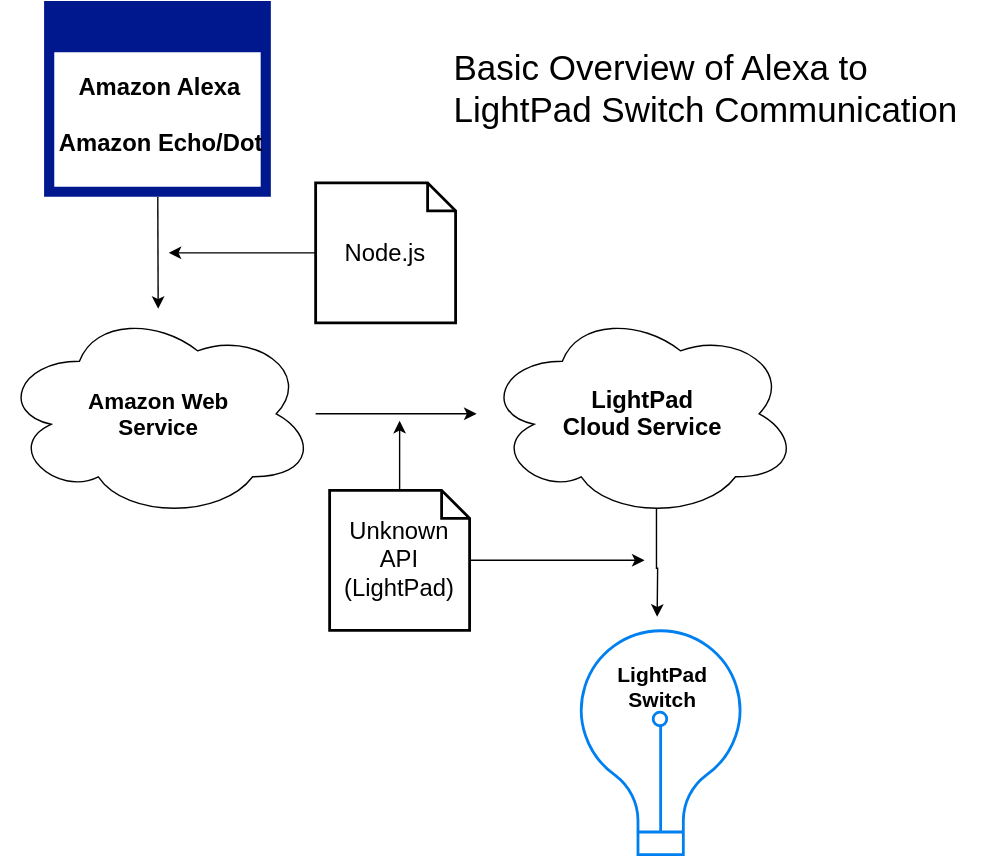
Above: Diagram.svg in bllavigne/Team-LightPad (draw.io), before the change. Source tidied: cells renumbered, new cells last; positions are measured from the earlier drawing's top-left corner, leaving out a move shared by most shapes. The source it was exported from:
```xml
<mxGraphModel>
  <root>
    <mxCell id="0" />
    <mxCell id="1" parent="0" />
    <mxCell id="2" value="&lt;b&gt;&lt;font style=&quot;font-size: 16px&quot;&gt;Amazon Web&lt;br&gt;Service&lt;br&gt;&lt;/font&gt;&lt;/b&gt;" style="ellipse;shape=cloud;whiteSpace=wrap;html=1;" parent="1" vertex="1">
      <mxGeometry y="220" width="225" height="150" as="geometry" />
    </mxCell>
    <mxCell id="3" style="shadow=0;dashed=0;html=1;strokeColor=none;shape=mxgraph.mscae.enterprise.application_blank;fillColor=#00188D;" parent="1" vertex="1">
      <mxGeometry x="31" width="162" height="140" as="geometry" />
    </mxCell>
    <mxCell id="4" value="&lt;div align=&quot;center&quot;&gt;&lt;div align=&quot;right&quot;&gt;&lt;font style=&quot;font-size: 17px&quot;&gt;&lt;b&gt;Amazon Alexa&lt;/b&gt;&lt;/font&gt;&lt;br&gt;&lt;/div&gt;&lt;font style=&quot;font-size: 17px&quot;&gt;&lt;b&gt;&lt;br&gt;&lt;/b&gt;&lt;/font&gt;&lt;/div&gt;" style="text;html=1;align=center;verticalAlign=top;spacingTop=-4;" parent="1" vertex="1">
      <mxGeometry x="48" y="50" width="130" height="30" as="geometry" />
    </mxCell>
    <mxCell id="5" value="&lt;b&gt;&lt;font style=&quot;font-size: 17px&quot;&gt;LightPad&lt;br&gt;Cloud Service&lt;br&gt;&lt;/font&gt;&lt;/b&gt;" style="ellipse;shape=cloud;whiteSpace=wrap;html=1;" parent="1" vertex="1">
      <mxGeometry x="345" y="220" width="225" height="150" as="geometry" />
    </mxCell>
    <mxCell id="6" style="html=1;verticalLabelPosition=bottom;labelBackgroundColor=#ffffff;verticalAlign=top;strokeWidth=2;strokeColor=#0080F0;fillColor=#ffffff;shadow=0;dashed=0;shape=mxgraph.ios7.icons.lightbulb;" parent="1" vertex="1">
      <mxGeometry x="410" y="450" width="123" height="160" as="geometry" />
    </mxCell>
    <mxCell id="7" value="&lt;div align=&quot;center&quot;&gt;&lt;font style=&quot;font-size: 15px&quot;&gt;&lt;b&gt;LightPad&lt;br&gt;Switch&lt;br&gt;&lt;/b&gt;&lt;/font&gt;&lt;/div&gt;" style="text;html=1;align=center;verticalAlign=top;spacingTop=-4;" parent="1" vertex="1">
      <mxGeometry x="432" y="470" width="80" height="30" as="geometry" />
    </mxCell>
    <mxCell id="8" style="edgeStyle=orthogonalEdgeStyle;rounded=0;html=1;exitX=0.55;exitY=0.95;exitPerimeter=0;jettySize=auto;" parent="1" edge="1" source="5">
      <mxGeometry relative="1" as="geometry">
        <mxPoint x="469" y="440" as="targetPoint" />
      </mxGeometry>
    </mxCell>
    <mxCell id="9" value="&lt;div align=&quot;center&quot;&gt;&lt;div align=&quot;right&quot;&gt;&lt;font style=&quot;font-size: 17px&quot;&gt;&lt;b&gt;Amazon Echo/Dot&lt;/b&gt;&lt;/font&gt;&lt;br&gt;&lt;/div&gt;&lt;font style=&quot;font-size: 17px&quot;&gt;&lt;b&gt;&lt;br&gt;&lt;/b&gt;&lt;/font&gt;&lt;/div&gt;" style="text;html=1;align=center;verticalAlign=top;spacingTop=-4;" parent="1" vertex="1">
      <mxGeometry x="33" y="90" width="160" height="30" as="geometry" />
    </mxCell>
    <mxCell id="10" style="edgeStyle=orthogonalEdgeStyle;rounded=0;html=1;jettySize=auto;" parent="1" edge="1" source="2">
      <mxGeometry relative="1" as="geometry">
        <mxPoint x="340" y="295" as="targetPoint" />
      </mxGeometry>
    </mxCell>
    <mxCell id="11" value="&lt;font style=&quot;font-size: 25px&quot; face=&quot;Helvetica&quot;&gt;Basic Overview of Alexa to &lt;br&gt;LightPad Switch Communication&lt;br&gt;&lt;/font&gt;" style="text;html=1;align=left;verticalAlign=top;spacingTop=-4;" parent="1" vertex="1">
      <mxGeometry x="322" y="30" width="380" height="40" as="geometry" />
    </mxCell>
    <mxCell id="12" style="rounded=0;html=1;jettySize=auto;" parent="1" edge="1" source="3" target="2">
      <mxGeometry relative="1" as="geometry" />
    </mxCell>
    <mxCell id="13" value="Node.js" style="shape=note;strokeWidth=2;fontSize=17;size=20;whiteSpace=wrap;html=1;align=center;" parent="1" vertex="1">
      <mxGeometry x="225" y="130" width="100" height="100" as="geometry" />
    </mxCell>
    <mxCell id="14" style="edgeStyle=none;rounded=0;html=1;jettySize=auto;horizontal=1;" parent="1" edge="1" source="13">
      <mxGeometry relative="1" as="geometry">
        <mxPoint x="120" y="180" as="targetPoint" />
      </mxGeometry>
    </mxCell>
    <mxCell id="15" value="Unknown API&lt;br&gt;(LightPad)&lt;br&gt;" style="shape=note;strokeWidth=2;fontSize=17;size=20;whiteSpace=wrap;html=1;align=center;" parent="1" vertex="1">
      <mxGeometry x="235" y="349.7" width="100" height="100" as="geometry" />
    </mxCell>
    <mxCell id="16" style="edgeStyle=none;rounded=0;html=1;jettySize=auto;" parent="1" edge="1" source="15">
      <mxGeometry relative="1" as="geometry">
        <mxPoint x="285" y="300" as="targetPoint" />
      </mxGeometry>
    </mxCell>
    <mxCell id="17" style="edgeStyle=none;rounded=0;html=1;jettySize=auto;" parent="1" edge="1" source="15">
      <mxGeometry relative="1" as="geometry">
        <mxPoint x="460" y="399.7" as="targetPoint" />
      </mxGeometry>
    </mxCell>
  </root>
</mxGraphModel>
```
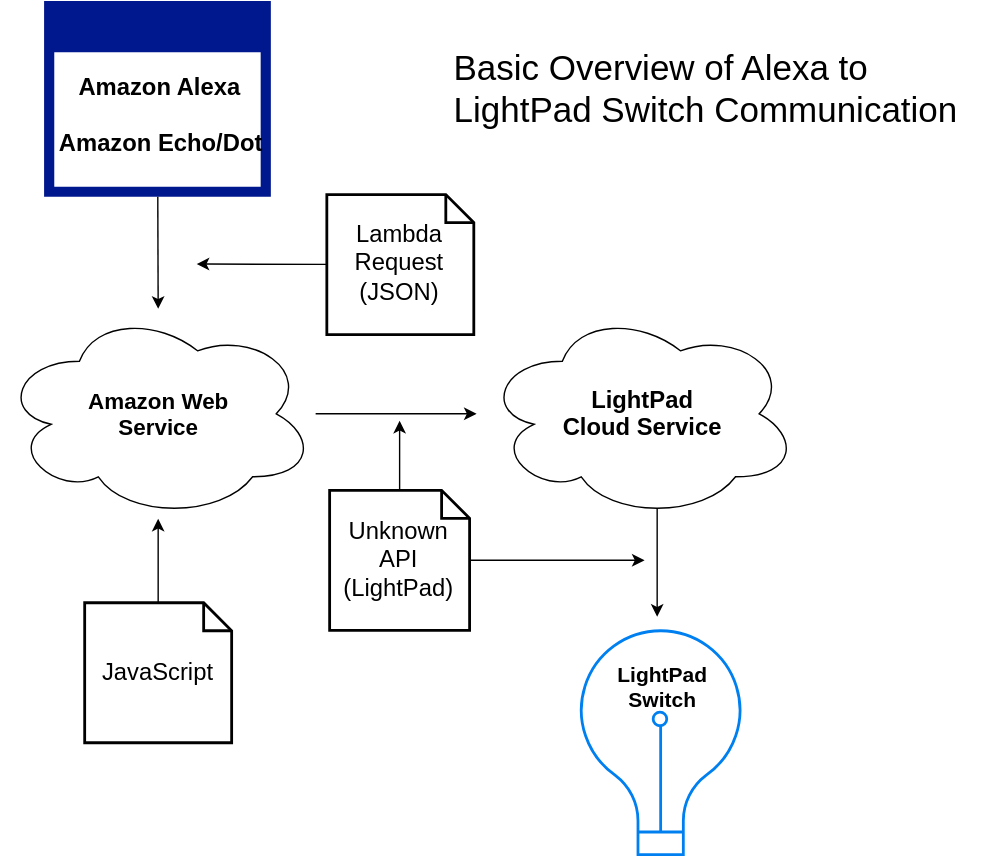
Above is the later version.

Diff of the diagram source:
```diff
@@ -39,14 +39,12 @@
     <mxCell id="12" style="rounded=0;html=1;jettySize=auto;" parent="1" edge="1" source="3" target="2">
       <mxGeometry relative="1" as="geometry" />
     </mxCell>
+    <mxCell id="18" style="edgeStyle=none;rounded=0;html=1;jettySize=auto;" parent="1" edge="1" source="13" target="2">
+      <mxGeometry relative="1" as="geometry" />
+    </mxCell>
-    <mxCell id="13" value="Node.js" style="shape=note;strokeWidth=2;fontSize=17;size=20;whiteSpace=wrap;html=1;align=center;" parent="1" vertex="1">
-      <mxGeometry x="225" y="130" width="100" height="100" as="geometry" />
+    <mxCell id="13" value="JavaScript" style="shape=note;strokeWidth=2;fontSize=17;size=20;whiteSpace=wrap;html=1;align=center;" parent="1" vertex="1">
+      <mxGeometry x="60" y="430" width="105" height="100" as="geometry" />
     </mxCell>
-    <mxCell id="14" style="edgeStyle=none;rounded=0;html=1;jettySize=auto;horizontal=1;" parent="1" edge="1" source="13">
-      <mxGeometry relative="1" as="geometry">
-        <mxPoint x="120" y="180" as="targetPoint" />
-      </mxGeometry>
-    </mxCell>
     <mxCell id="15" value="Unknown API&lt;br&gt;(LightPad)&lt;br&gt;" style="shape=note;strokeWidth=2;fontSize=17;size=20;whiteSpace=wrap;html=1;align=center;" parent="1" vertex="1">
       <mxGeometry x="235" y="349.7" width="100" height="100" as="geometry" />
     </mxCell>
@@ -60,5 +58,16 @@
         <mxPoint x="460" y="399.7" as="targetPoint" />
       </mxGeometry>
     </mxCell>
+    <mxCell id="19" style="edgeStyle=none;rounded=0;html=1;exitX=1;exitY=0.5;jettySize=auto;orthogonalLoop=1;" parent="1" edge="1" source="13" target="13">
+      <mxGeometry relative="1" as="geometry" />
+    </mxCell>
+    <mxCell id="20" style="edgeStyle=none;rounded=0;html=1;jettySize=auto;" parent="1" edge="1" source="21">
+      <mxGeometry relative="1" as="geometry">
+        <mxPoint x="140" y="188" as="targetPoint" />
+      </mxGeometry>
+    </mxCell>
+    <mxCell id="21" value="Lambda Request&lt;br&gt;(JSON)&lt;br&gt;" style="shape=note;strokeWidth=2;fontSize=17;size=20;whiteSpace=wrap;html=1;align=center;" parent="1" vertex="1">
+      <mxGeometry x="233" y="138.4" width="105" height="100" as="geometry" />
+    </mxCell>
   </root>
 </mxGraphModel>
```
